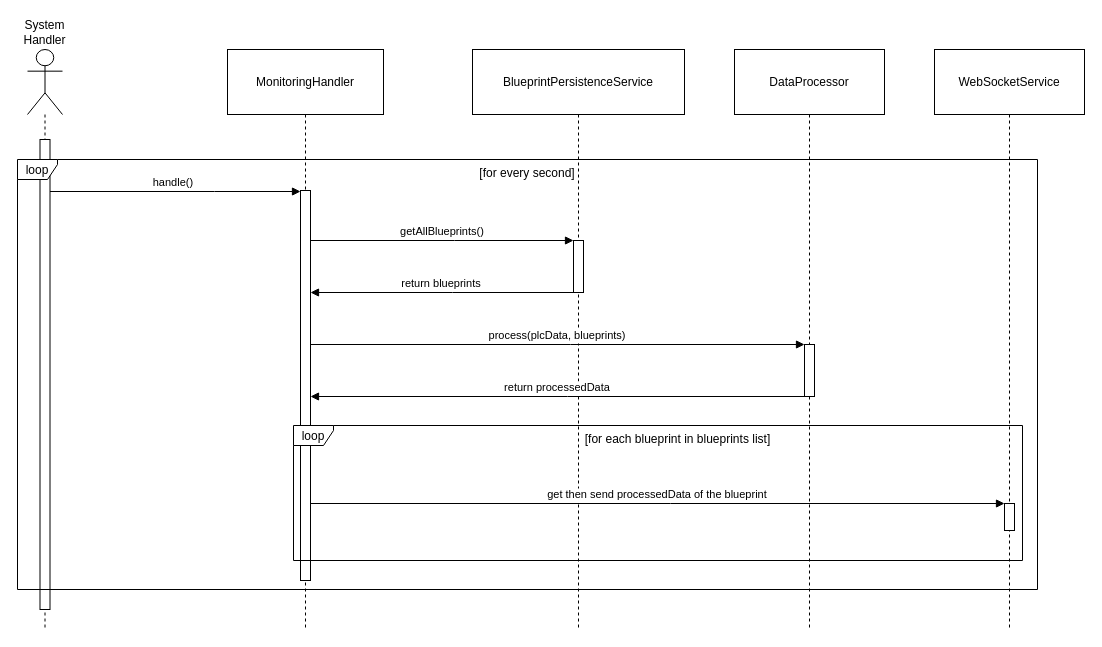
This is Report7/SDD/Detailed-Design/Monitoring/sequence-T4-22.drawio from f-pms/Document, a draw.io file, before an edit. Source tidied: cells renumbered, new cells numbered last; positions are measured from the earlier drawing's top-left corner, leaving out a move shared by most shapes. Both pictures are drawn from the tidied source at 100%, with x=0, y=0 at pixel (17, 49).
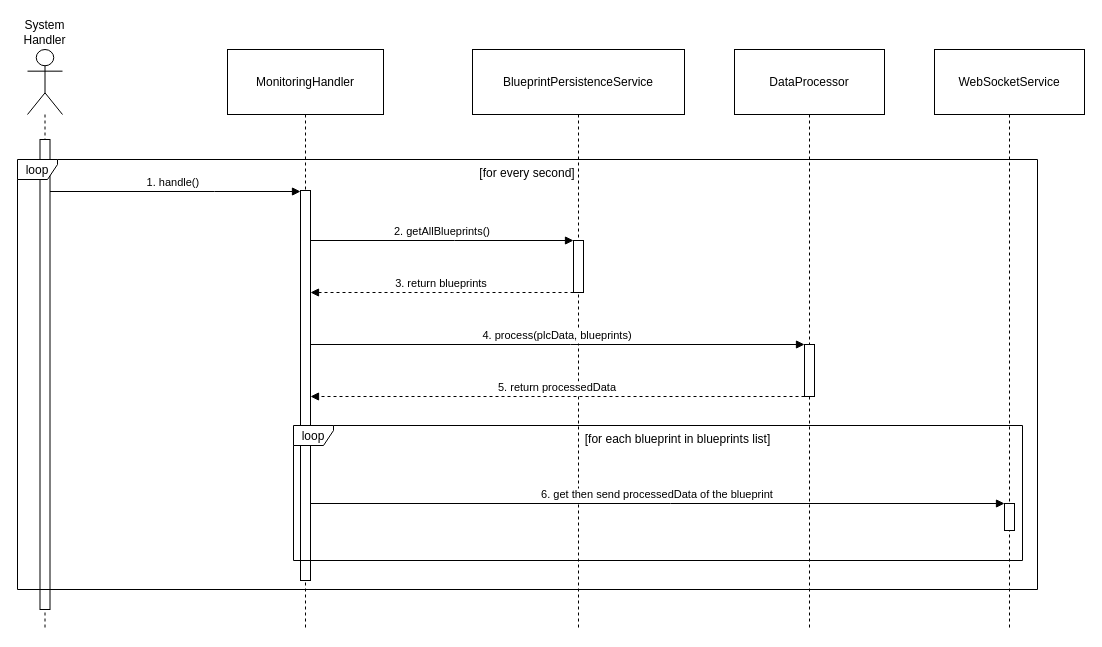
The same diagram, later.

Commit message (it also covers changes not shown here):
Kirin: indexing PLC-Integration sequence diagram (#18)

The change refers to these unchanged cells:
```xml
<mxCell id="6" style="points=[];perimeter=orthogonalPerimeter;outlineConnect=0;targetShapes=umlLifeline;portConstraint=eastwest;newEdgeStyle={&quot;edgeStyle&quot;:&quot;elbowEdgeStyle&quot;,&quot;elbow&quot;:&quot;vertical&quot;,&quot;curved&quot;:0,&quot;rounded&quot;:0};" parent="5" vertex="1">
  <mxGeometry x="101" y="191" width="10" height="52" as="geometry" />
</mxCell>
<mxCell id="8" style="points=[];perimeter=orthogonalPerimeter;outlineConnect=0;targetShapes=umlLifeline;portConstraint=eastwest;newEdgeStyle={&quot;edgeStyle&quot;:&quot;elbowEdgeStyle&quot;,&quot;elbow&quot;:&quot;vertical&quot;,&quot;curved&quot;:0,&quot;rounded&quot;:0};" parent="7" vertex="1">
  <mxGeometry x="70" y="295" width="10" height="52" as="geometry" />
</mxCell>
```

Change to the diagram source:
```diff
@@
-    <mxCell id="12" value="handle()" style="verticalAlign=bottom;endArrow=block;edgeStyle=elbowEdgeStyle;elbow=vertical;curved=0;rounded=0;" parent="1" edge="1">
+    <mxCell id="12" value="1. handle()" style="verticalAlign=bottom;endArrow=block;edgeStyle=elbowEdgeStyle;elbow=vertical;curved=0;rounded=0;" parent="1" edge="1">
       <mxGeometry relative="1" as="geometry">
         <mxPoint x="27.9" y="142" as="sourcePoint" />
         <mxPoint x="283" y="142" as="targetPoint" />
         <Array as="points">
           <mxPoint x="197" y="142" />
         </Array>
       </mxGeometry>
     </mxCell>
-    <mxCell id="13" value="getAllBlueprints()" style="verticalAlign=bottom;endArrow=block;edgeStyle=elbowEdgeStyle;elbow=vertical;curved=0;rounded=0;" parent="1" edge="1" target="6">
+    <mxCell id="13" value="2. getAllBlueprints()" style="verticalAlign=bottom;endArrow=block;edgeStyle=elbowEdgeStyle;elbow=vertical;curved=0;rounded=0;" parent="1" edge="1" target="6">
       <mxGeometry relative="1" as="geometry">
         <mxPoint x="293" y="191" as="sourcePoint" />
         <Array as="points">
           <mxPoint x="437" y="191" />
         </Array>
       </mxGeometry>
     </mxCell>
-    <mxCell id="14" value="return blueprints" style="verticalAlign=bottom;endArrow=block;edgeStyle=elbowEdgeStyle;elbow=vertical;curved=0;rounded=0;" parent="1" edge="1" source="6">
+    <mxCell id="14" value="3. return blueprints" style="verticalAlign=bottom;endArrow=block;edgeStyle=elbowEdgeStyle;elbow=vertical;curved=0;rounded=0;dashed=1;" parent="1" edge="1" source="6">
       <mxGeometry relative="1" as="geometry">
         <mxPoint x="293" y="243" as="targetPoint" />
         <Array as="points">
           <mxPoint x="435" y="243" />
         </Array>
       </mxGeometry>
     </mxCell>
-    <mxCell id="15" value="process(plcData, blueprints)" style="verticalAlign=bottom;endArrow=block;edgeStyle=elbowEdgeStyle;elbow=vertical;curved=0;rounded=0;" parent="1" edge="1" target="8">
+    <mxCell id="15" value="4. process(plcData, blueprints)" style="verticalAlign=bottom;endArrow=block;edgeStyle=elbowEdgeStyle;elbow=vertical;curved=0;rounded=0;" parent="1" edge="1" target="8">
       <mxGeometry relative="1" as="geometry">
         <mxPoint x="293" y="295" as="sourcePoint" />
         <Array as="points">
           <mxPoint x="553" y="295" />
         </Array>
       </mxGeometry>
     </mxCell>
-    <mxCell id="16" value="return processedData" style="verticalAlign=bottom;endArrow=block;edgeStyle=elbowEdgeStyle;elbow=vertical;curved=0;rounded=0;" parent="1" edge="1" source="8">
+    <mxCell id="16" value="5. return processedData" style="verticalAlign=bottom;endArrow=block;edgeStyle=elbowEdgeStyle;elbow=vertical;curved=0;rounded=0;dashed=1;" parent="1" edge="1" source="8">
       <mxGeometry relative="1" as="geometry">
         <mxPoint x="293" y="347" as="targetPoint" />
         <Array as="points">
           <mxPoint x="550" y="347" />
         </Array>
       </mxGeometry>
     </mxCell>
-    <mxCell id="17" value="get then send processedData of the blueprint" style="verticalAlign=bottom;endArrow=block;edgeStyle=elbowEdgeStyle;elbow=vertical;curved=0;rounded=0;" parent="1" edge="1">
+    <mxCell id="17" value="6. get then send processedData of the blueprint" style="verticalAlign=bottom;endArrow=block;edgeStyle=elbowEdgeStyle;elbow=vertical;curved=0;rounded=0;" parent="1" edge="1">
       <mxGeometry relative="1" as="geometry">
         <mxPoint x="293" y="454" as="sourcePoint" />
         <mxPoint x="987" y="454" as="targetPoint" />
         <Array as="points">
           <mxPoint x="653" y="454" />
         </Array>
       </mxGeometry>
     </mxCell>
```
